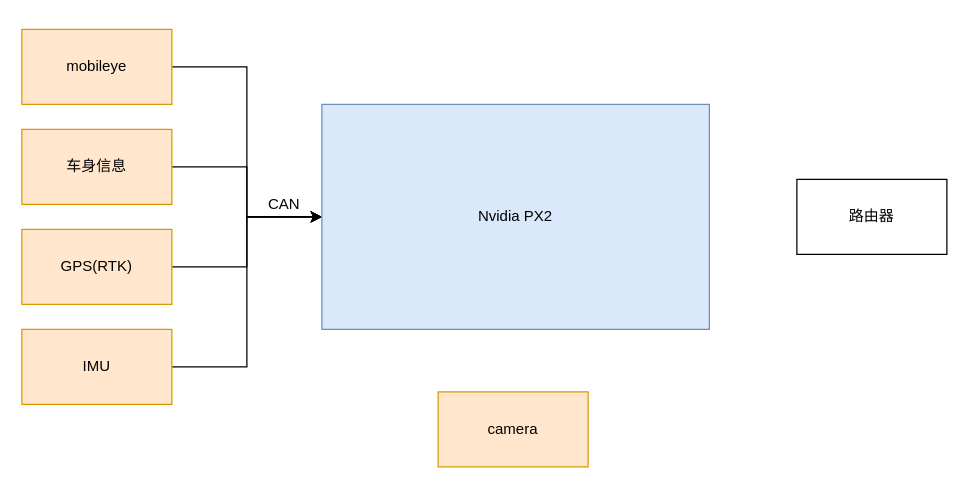
The draw.io diagram 泛亚poc传感器数据接入.drawio in xhzhuhit/Trajectory_Compression_Algorithms, before the edit. Source tidied: cells renumbered, new cells numbered last; positions are measured from the earlier drawing's top-left corner, leaving out a move shared by most shapes. Both pictures are drawn from the tidied source at 125%, with x=0, y=0 at pixel (21, 29).
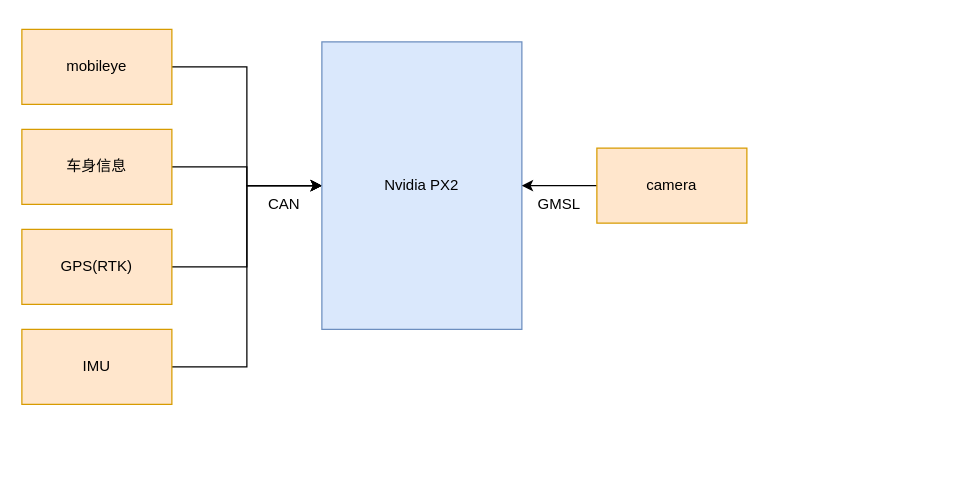
After the change.

Commit message:
Update 泛亚poc传感器数据接入.drawio

The edit, as a diff of the source:
```diff
@@
 <mxGraphModel>
   <root>
     <mxCell id="0" />
     <mxCell id="1" parent="0" />
     <mxCell id="2" style="edgeStyle=orthogonalEdgeStyle;rounded=0;jettySize=auto;html=1;exitX=1;exitY=0.5;exitDx=0;exitDy=0;entryX=0;entryY=0.5;entryDx=0;entryDy=0;" parent="1" edge="1" source="3" target="12">
       <mxGeometry relative="1" as="geometry" />
     </mxCell>
     <mxCell id="3" value="mobileye" style="rounded=0;whiteSpace=wrap;html=1;fillColor=#ffe6cc;strokeColor=#d79b00;" parent="1" vertex="1">
       <mxGeometry width="120" height="60" as="geometry" />
     </mxCell>
     <mxCell id="4" style="edgeStyle=orthogonalEdgeStyle;rounded=0;jettySize=auto;html=1;exitX=1;exitY=0.5;exitDx=0;exitDy=0;entryX=0;entryY=0.5;entryDx=0;entryDy=0;" parent="1" edge="1" source="5" target="12">
       <mxGeometry relative="1" as="geometry" />
     </mxCell>
     <mxCell id="5" value="车身信息" style="rounded=0;whiteSpace=wrap;html=1;fillColor=#ffe6cc;strokeColor=#d79b00;" parent="1" vertex="1">
       <mxGeometry y="80" width="120" height="60" as="geometry" />
     </mxCell>
     <mxCell id="6" style="edgeStyle=orthogonalEdgeStyle;rounded=0;jettySize=auto;html=1;exitX=1;exitY=0.5;exitDx=0;exitDy=0;entryX=0;entryY=0.5;entryDx=0;entryDy=0;" parent="1" edge="1" source="7" target="12">
       <mxGeometry relative="1" as="geometry" />
     </mxCell>
     <mxCell id="7" value="GPS(RTK)" style="rounded=0;whiteSpace=wrap;html=1;fillColor=#ffe6cc;strokeColor=#d79b00;" parent="1" vertex="1">
       <mxGeometry y="160" width="120" height="60" as="geometry" />
     </mxCell>
     <mxCell id="8" style="edgeStyle=orthogonalEdgeStyle;rounded=0;jettySize=auto;html=1;exitX=1;exitY=0.5;exitDx=0;exitDy=0;" parent="1" edge="1" source="9" target="12">
       <mxGeometry relative="1" as="geometry" />
     </mxCell>
     <mxCell id="9" value="IMU" style="rounded=0;whiteSpace=wrap;html=1;fillColor=#ffe6cc;strokeColor=#d79b00;" parent="1" vertex="1">
       <mxGeometry y="240" width="120" height="60" as="geometry" />
     </mxCell>
     <mxCell id="10" value="CAN" style="text;html=1;strokeColor=none;fillColor=none;align=center;verticalAlign=middle;whiteSpace=wrap;rounded=0;" parent="1" vertex="1">
       <mxGeometry x="190" y="130" width="40" height="20" as="geometry" />
     </mxCell>
-    <mxCell id="11" value="路由器" style="rounded=0;whiteSpace=wrap;html=1;" parent="1" vertex="1">
-      <mxGeometry x="620" y="120" width="120" height="60" as="geometry" />
-    </mxCell>
     <mxCell id="12" value="Nvidia PX2" style="rounded=0;whiteSpace=wrap;html=1;fillColor=#dae8fc;strokeColor=#6c8ebf;" parent="1" vertex="1">
-      <mxGeometry x="240" y="60" width="310" height="180" as="geometry" />
+      <mxGeometry x="240" y="10" width="160" height="230" as="geometry" />
     </mxCell>
     <mxCell id="13" style="edgeStyle=orthogonalEdgeStyle;shape=link;rounded=0;orthogonalLoop=1;jettySize=auto;html=1;exitX=0.5;exitY=0;exitDx=0;exitDy=0;" parent="1" edge="1" source="12" target="12">
       <mxGeometry relative="1" as="geometry">
         <Array as="points">
           <mxPoint x="395" y="170" />
           <mxPoint x="395" y="170" />
         </Array>
       </mxGeometry>
     </mxCell>
+    <mxCell id="15" style="edgeStyle=orthogonalEdgeStyle;rounded=0;jettySize=auto;html=1;entryX=1;entryY=0.5;entryDx=0;entryDy=0;" parent="1" edge="1" source="14" target="12">
+      <mxGeometry relative="1" as="geometry" />
+    </mxCell>
     <mxCell id="14" value="camera" style="rounded=0;whiteSpace=wrap;html=1;fillColor=#ffe6cc;strokeColor=#d79b00;" parent="1" vertex="1">
-      <mxGeometry x="333" y="290" width="120" height="60" as="geometry" />
+      <mxGeometry x="460" y="95" width="120" height="60" as="geometry" />
     </mxCell>
+    <mxCell id="16" value="GMSL" style="text;html=1;strokeColor=none;fillColor=none;align=center;verticalAlign=middle;whiteSpace=wrap;rounded=0;" parent="1" vertex="1">
+      <mxGeometry x="410" y="130" width="40" height="20" as="geometry" />
+    </mxCell>
   </root>
 </mxGraphModel>
```
